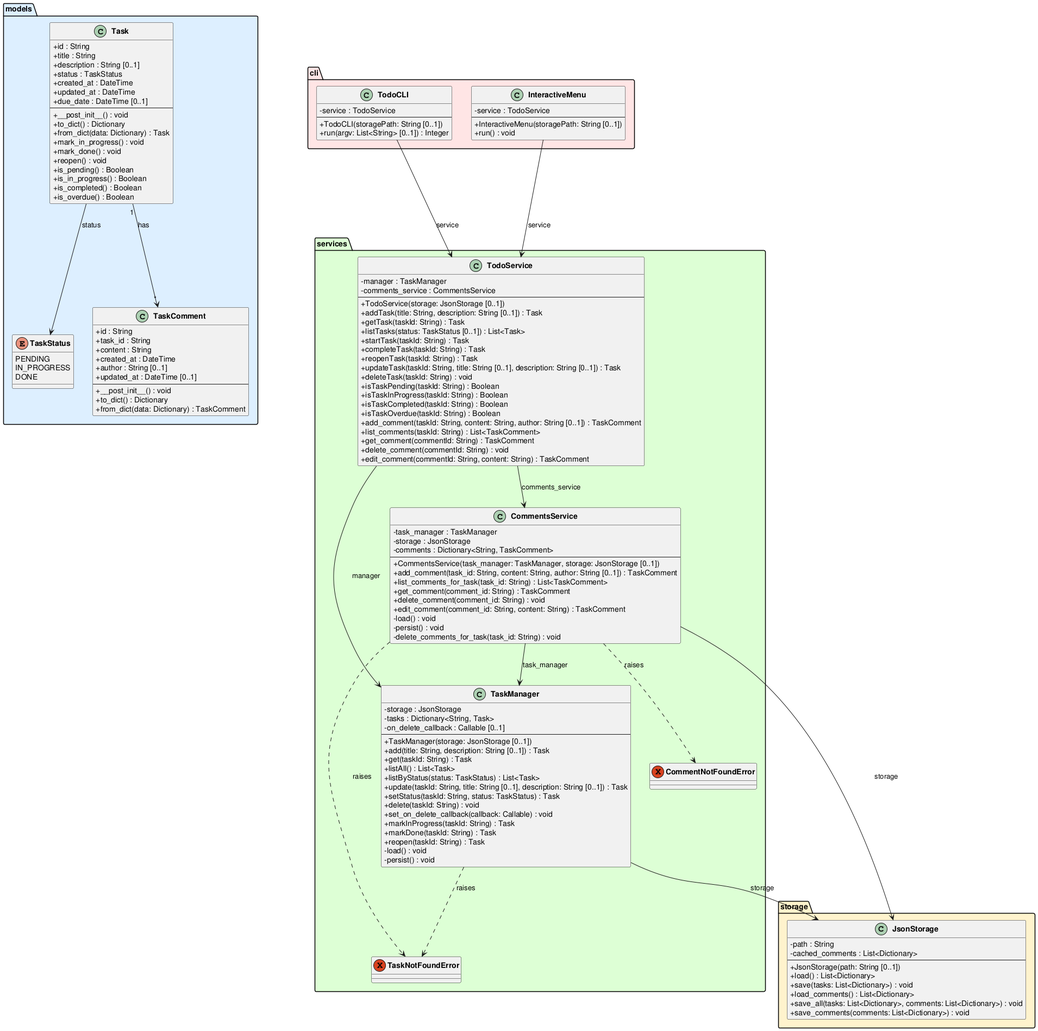
This is experiments/broadcast/user_stories/TODO/artifacts/class_diagram.png from DanielRiha8906/Software_autoevolution_using_agents, a PlantUML export, as it was before one commit. Source of this version:
```plantuml
@startuml class_diagram

skinparam classAttributeIconSize 0
skinparam classFontStyle bold

package "models" #DDEEFF {
    enum TaskStatus {
        PENDING
        IN_PROGRESS
        DONE
    }

    class Task {
        +id : String
        +title : String
        +description : String [0..1]
        +status : TaskStatus
        +created_at : DateTime
        +updated_at : DateTime
        +due_date : DateTime [0..1]
        --
        +__post_init__() : void
        +to_dict() : Dictionary
        +from_dict(data: Dictionary) : Task
        +mark_in_progress() : void
        +mark_done() : void
        +reopen() : void
        +is_pending() : Boolean
        +is_in_progress() : Boolean
        +is_completed() : Boolean
        +is_overdue() : Boolean
    }

    class TaskComment {
        +id : String
        +task_id : String
        +content : String
        +created_at : DateTime
        +author : String [0..1]
        +updated_at : DateTime [0..1]
        --
        +__post_init__() : void
        +to_dict() : Dictionary
        +from_dict(data: Dictionary) : TaskComment
    }

    Task "1" --> "*" TaskComment : has
}

package "storage" #FFF3CC {
    class JsonStorage {
        -path : String
        -cached_comments : List<Dictionary>
        --
        +JsonStorage(path: String [0..1])
        +load() : List<Dictionary>
        +save(tasks: List<Dictionary>) : void
        +load_comments() : List<Dictionary>
        +save_all(tasks: List<Dictionary>, comments: List<Dictionary>) : void
        +save_comments(comments: List<Dictionary>) : void
    }
}

package "services" #DDFFD4 {
    exception TaskNotFoundError
    exception CommentNotFoundError

    class CommentsService {
        -task_manager : TaskManager
        -storage : JsonStorage
        -comments : Dictionary<String, TaskComment>
        --
        +CommentsService(task_manager: TaskManager, storage: JsonStorage [0..1])
        +add_comment(task_id: String, content: String, author: String [0..1]) : TaskComment
        +list_comments_for_task(task_id: String) : List<TaskComment>
        +get_comment(comment_id: String) : TaskComment
        +delete_comment(comment_id: String) : void
        +edit_comment(comment_id: String, content: String) : TaskComment
        -load() : void
        -persist() : void
        -delete_comments_for_task(task_id: String) : void
    }

    class TaskManager {
        -storage : JsonStorage
        -tasks : Dictionary<String, Task>
        -on_delete_callback : Callable [0..1]
        --
        +TaskManager(storage: JsonStorage [0..1])
        +add(title: String, description: String [0..1]) : Task
        +get(taskId: String) : Task
        +listAll() : List<Task>
        +listByStatus(status: TaskStatus) : List<Task>
        +update(taskId: String, title: String [0..1], description: String [0..1]) : Task
        +setStatus(taskId: String, status: TaskStatus) : Task
        +delete(taskId: String) : void
        +set_on_delete_callback(callback: Callable) : void
        +markInProgress(taskId: String) : Task
        +markDone(taskId: String) : Task
        +reopen(taskId: String) : Task
        -load() : void
        -persist() : void
    }

    class TodoService {
        -manager : TaskManager
        -comments_service : CommentsService
        --
        +TodoService(storage: JsonStorage [0..1])
        +addTask(title: String, description: String [0..1]) : Task
        +getTask(taskId: String) : Task
        +listTasks(status: TaskStatus [0..1]) : List<Task>
        +startTask(taskId: String) : Task
        +completeTask(taskId: String) : Task
        +reopenTask(taskId: String) : Task
        +updateTask(taskId: String, title: String [0..1], description: String [0..1]) : Task
        +deleteTask(taskId: String) : void
        +isTaskPending(taskId: String) : Boolean
        +isTaskInProgress(taskId: String) : Boolean
        +isTaskCompleted(taskId: String) : Boolean
        +isTaskOverdue(taskId: String) : Boolean
        +add_comment(taskId: String, content: String, author: String [0..1]) : TaskComment
        +list_comments(taskId: String) : List<TaskComment>
        +get_comment(commentId: String) : TaskComment
        +delete_comment(commentId: String) : void
        +edit_comment(commentId: String, content: String) : TaskComment
    }
}

package "cli" #FFE5E5 {
    class TodoCLI {
        -service : TodoService
        --
        +TodoCLI(storagePath: String [0..1])
        +run(argv: List<String> [0..1]) : Integer
    }

    class InteractiveMenu {
        -service : TodoService
        --
        +InteractiveMenu(storagePath: String [0..1])
        +run() : void
    }
}

Task --> TaskStatus : status
TaskManager --> JsonStorage : storage
TaskManager ..> TaskNotFoundError : raises
CommentsService --> TaskManager : task_manager
CommentsService --> JsonStorage : storage
CommentsService ..> TaskNotFoundError : raises
CommentsService ..> CommentNotFoundError : raises
TodoService --> TaskManager : manager
TodoService --> CommentsService : comments_service
TodoCLI --> TodoService : service
InteractiveMenu --> TodoService : service

@enduml
```
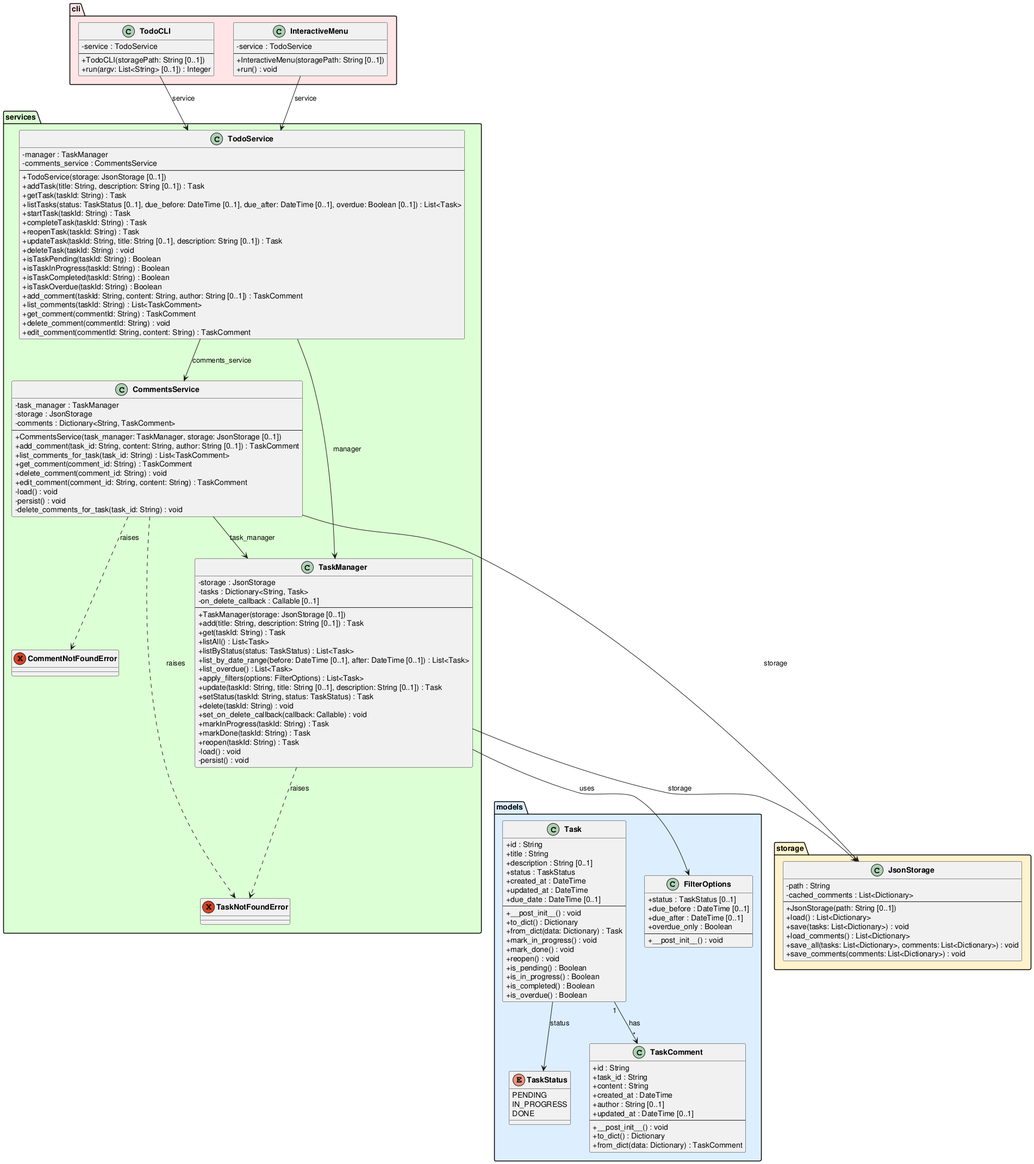
The same file after the commit.

What changed in the source:
```diff
@@ -42,6 +42,15 @@
         +__post_init__() : void
         +to_dict() : Dictionary
         +from_dict(data: Dictionary) : TaskComment
+    }
+
+    class FilterOptions {
+        +status : TaskStatus [0..1]
+        +due_before : DateTime [0..1]
+        +due_after : DateTime [0..1]
+        +overdue_only : Boolean
+        --
+        +__post_init__() : void
     }
 
     Task "1" --> "*" TaskComment : has
@@ -91,6 +100,9 @@
         +get(taskId: String) : Task
         +listAll() : List<Task>
         +listByStatus(status: TaskStatus) : List<Task>
+        +list_by_date_range(before: DateTime [0..1], after: DateTime [0..1]) : List<Task>
+        +list_overdue() : List<Task>
+        +apply_filters(options: FilterOptions) : List<Task>
         +update(taskId: String, title: String [0..1], description: String [0..1]) : Task
         +setStatus(taskId: String, status: TaskStatus) : Task
         +delete(taskId: String) : void
@@ -109,7 +121,7 @@
         +TodoService(storage: JsonStorage [0..1])
         +addTask(title: String, description: String [0..1]) : Task
         +getTask(taskId: String) : Task
-        +listTasks(status: TaskStatus [0..1]) : List<Task>
+        +listTasks(status: TaskStatus [0..1], due_before: DateTime [0..1], due_after: DateTime [0..1], overdue: Boolean [0..1]) : List<Task>
         +startTask(taskId: String) : Task
         +completeTask(taskId: String) : Task
         +reopenTask(taskId: String) : Task
@@ -145,6 +157,7 @@
 
 Task --> TaskStatus : status
 TaskManager --> JsonStorage : storage
+TaskManager --> FilterOptions : uses
 TaskManager ..> TaskNotFoundError : raises
 CommentsService --> TaskManager : task_manager
 CommentsService --> JsonStorage : storage
```
